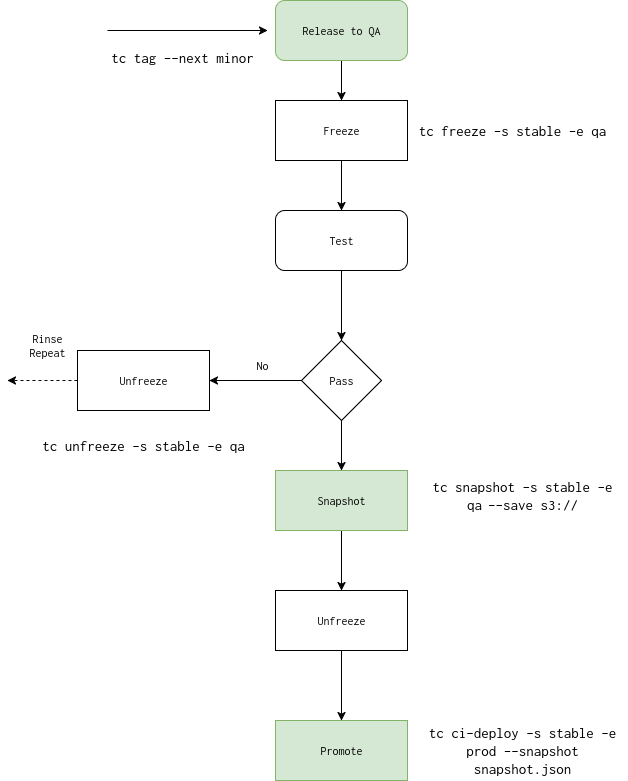
Earlier version of the draw.io export src/assets/release-2.png (tc-functors/docs). Source tidied: cells renumbered, new cells last; positions are measured from the earlier drawing's top-left corner, leaving out a move shared by most shapes.
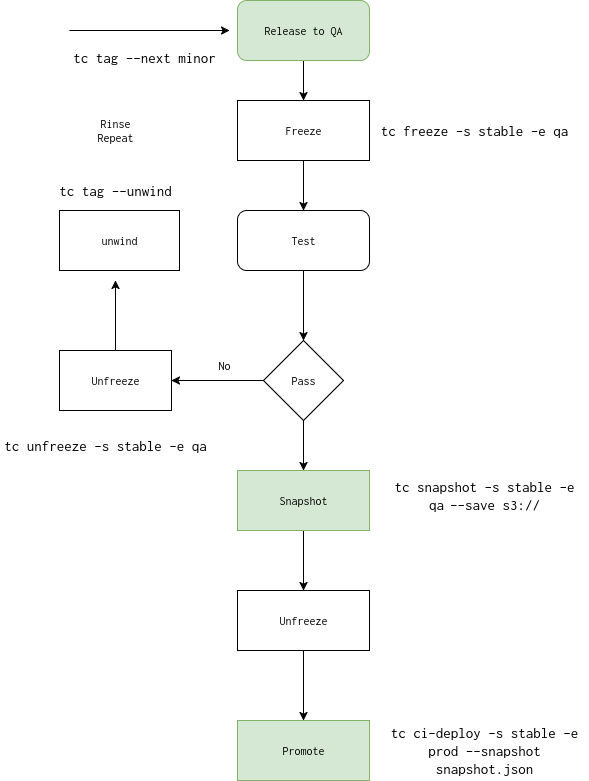
After the commit.

The edit, as a diff of the source:
```diff
@@ -46,13 +46,13 @@
     <mxCell id="14" value="&lt;font face=&quot;Courier New&quot; style=&quot;font-size: 15px;&quot;&gt;tc unfreeze -s stable -e qa&lt;/font&gt;" style="text;html=1;align=center;verticalAlign=middle;whiteSpace=wrap;rounded=0;" parent="1" vertex="1">
       <mxGeometry x="31" y="430" width="210" height="30" as="geometry" />
     </mxCell>
-    <mxCell id="15" style="edgeStyle=orthogonalEdgeStyle;rounded=0;jettySize=auto;html=1;dashed=1;" parent="1" edge="1" source="16">
-      <mxGeometry relative="1" as="geometry">
-        <mxPoint y="380" as="targetPoint" />
-      </mxGeometry>
-    </mxCell>
+    <mxCell id="26" style="edgeStyle=orthogonalEdgeStyle;rounded=0;jettySize=auto;html=1;" parent="1" edge="1" source="16">
+      <mxGeometry relative="1" as="geometry">
+        <mxPoint x="146" y="280" as="targetPoint" />
+      </mxGeometry>
+    </mxCell>
     <mxCell id="16" value="Unfreeze" style="rounded=0;whiteSpace=wrap;html=1;" parent="1" vertex="1">
-      <mxGeometry x="70" y="350" width="132" height="60" as="geometry" />
+      <mxGeometry x="90" y="350" width="112" height="60" as="geometry" />
     </mxCell>
     <mxCell id="17" value="No" style="text;html=1;align=center;verticalAlign=middle;whiteSpace=wrap;rounded=0;" parent="1" vertex="1">
       <mxGeometry x="225" y="350" width="60" height="30" as="geometry" />
@@ -83,7 +83,13 @@
       <mxGeometry x="410" y="735" width="210" height="30" as="geometry" />
     </mxCell>
     <mxCell id="25" value="Rinse Repeat" style="text;html=1;align=center;verticalAlign=middle;whiteSpace=wrap;rounded=0;" parent="1" vertex="1">
-      <mxGeometry x="10" y="330" width="60" height="30" as="geometry" />
+      <mxGeometry x="116" y="115" width="60" height="30" as="geometry" />
     </mxCell>
+    <mxCell id="27" value="unwind" style="rounded=0;whiteSpace=wrap;html=1;" parent="1" vertex="1">
+      <mxGeometry x="90" y="210" width="120" height="60" as="geometry" />
+    </mxCell>
+    <mxCell id="28" value="&lt;font style=&quot;font-size: 15px;&quot; face=&quot;Courier New&quot;&gt;tc tag --unwind&lt;/font&gt;" style="text;html=1;align=center;verticalAlign=middle;whiteSpace=wrap;rounded=0;" parent="1" vertex="1">
+      <mxGeometry x="86" y="170" width="120" height="40" as="geometry" />
+    </mxCell>
   </root>
 </mxGraphModel>
```
